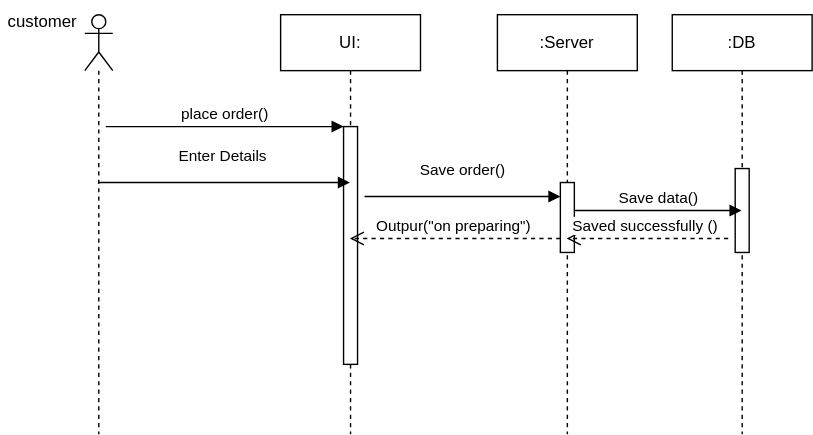
Zahraa-Abdalnasser/food-delivery- keeps this draw.io diagram as Food delivery Sequence diagram.drawio.svg. Above is the earlier version. Source tidied: cells renumbered, new cells last; positions are measured from the earlier drawing's top-left corner, leaving out a move shared by most shapes.
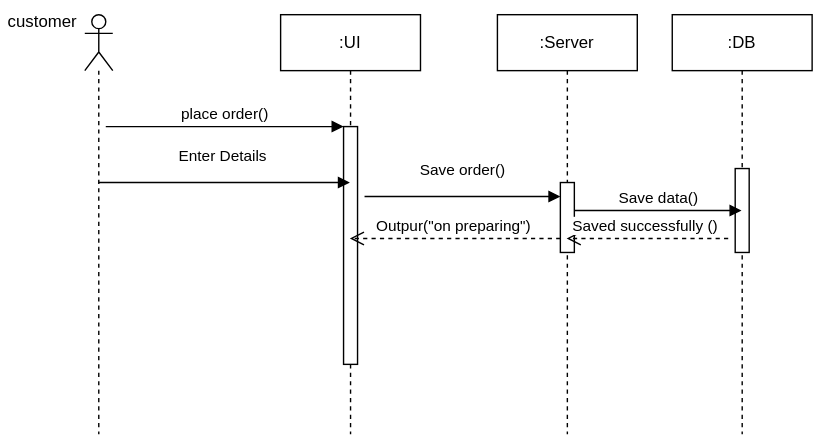
The same file after the commit.

What changed in the source:
```diff
@@ -2,7 +2,7 @@
   <root>
     <mxCell id="0" />
     <mxCell id="1" parent="0" />
-    <mxCell id="2" value="UI:" style="shape=umlLifeline;perimeter=lifelinePerimeter;whiteSpace=wrap;html=1;outlineConnect=0;portConstraint=eastwest;newEdgeStyle={&quot;edgeStyle&quot;:&quot;elbowEdgeStyle&quot;,&quot;elbow&quot;:&quot;vertical&quot;,&quot;curved&quot;:0,&quot;rounded&quot;:0};" parent="1" vertex="1">
+    <mxCell id="2" value=":UI" style="shape=umlLifeline;perimeter=lifelinePerimeter;whiteSpace=wrap;html=1;outlineConnect=0;portConstraint=eastwest;newEdgeStyle={&quot;edgeStyle&quot;:&quot;elbowEdgeStyle&quot;,&quot;elbow&quot;:&quot;vertical&quot;,&quot;curved&quot;:0,&quot;rounded&quot;:0};" parent="1" vertex="1">
       <mxGeometry x="200" y="10" width="100" height="300" as="geometry" />
     </mxCell>
     <mxCell id="3" style="html=1;points=[];perimeter=orthogonalPerimeter;outlineConnect=0;targetShapes=umlLifeline;portConstraint=eastwest;newEdgeStyle={&quot;edgeStyle&quot;:&quot;elbowEdgeStyle&quot;,&quot;elbow&quot;:&quot;vertical&quot;,&quot;curved&quot;:0,&quot;rounded&quot;:0};" parent="2" vertex="1">
```
